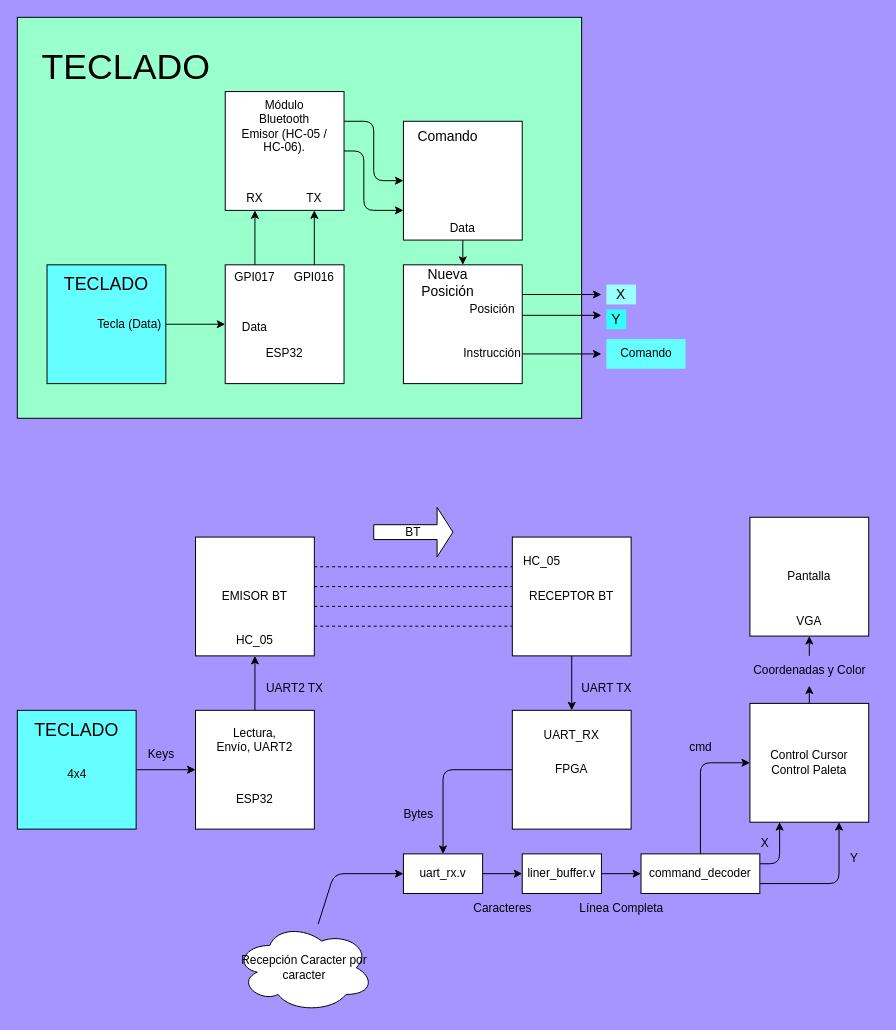
Earlier version of the draw.io diagram retro_paint/diagrams/read_teclado.drawio (safehehe/PTSD1). Source tidied: cells renumbered, new cells numbered last; positions are measured from the earlier drawing's top-left corner, leaving out a move shared by most shapes. Both pictures are drawn from the tidied source at 99%, with x=0, y=0 at pixel (17, 17).
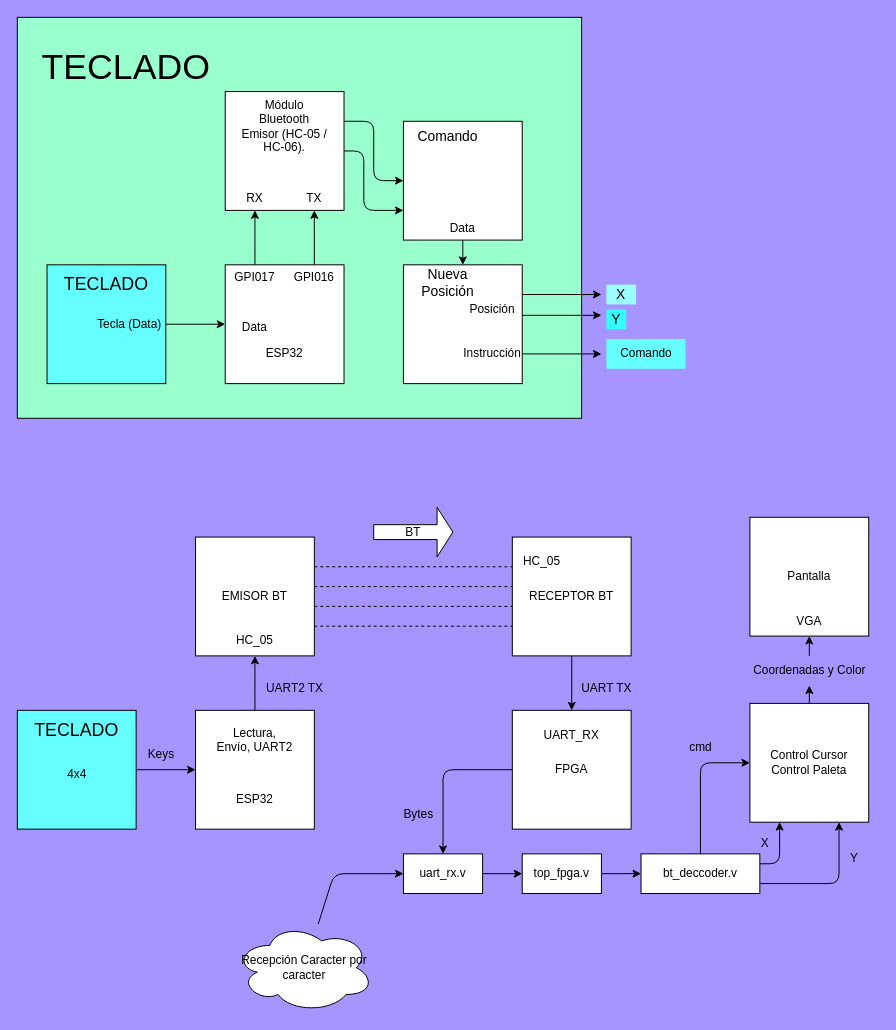
The same diagram, later.

Diff of the diagram source:
```diff
@@
-    <mxCell id="63" value="liner_buffer.v" style="rounded=0;whiteSpace=wrap;html=1;" parent="1" vertex="1">
+    <mxCell id="63" value="top_fpga.v" style="rounded=0;whiteSpace=wrap;html=1;" parent="1" vertex="1">
       <mxGeometry x="510" y="845" width="80" height="40" as="geometry" />
     </mxCell>
-    <mxCell id="64" value="Caracteres" style="text;html=1;align=center;verticalAlign=middle;strokeColor=none;fillColor=none;" parent="1" vertex="1">
-      <mxGeometry x="450" y="885" width="80" height="30" as="geometry" />
-    </mxCell>
@@
-    <mxCell id="68" value="command_decoder" style="rounded=0;whiteSpace=wrap;html=1;" parent="1" vertex="1">
+    <mxCell id="68" value="bt_deccoder.v" style="rounded=0;whiteSpace=wrap;html=1;" parent="1" vertex="1">
       <mxGeometry x="630" y="845" width="120" height="40" as="geometry" />
     </mxCell>
-    <mxCell id="69" value="Línea Completa" style="text;html=1;align=center;verticalAlign=middle;strokeColor=none;fillColor=none;" parent="1" vertex="1">
-      <mxGeometry x="555" y="885" width="110" height="30" as="geometry" />
-    </mxCell>
```
